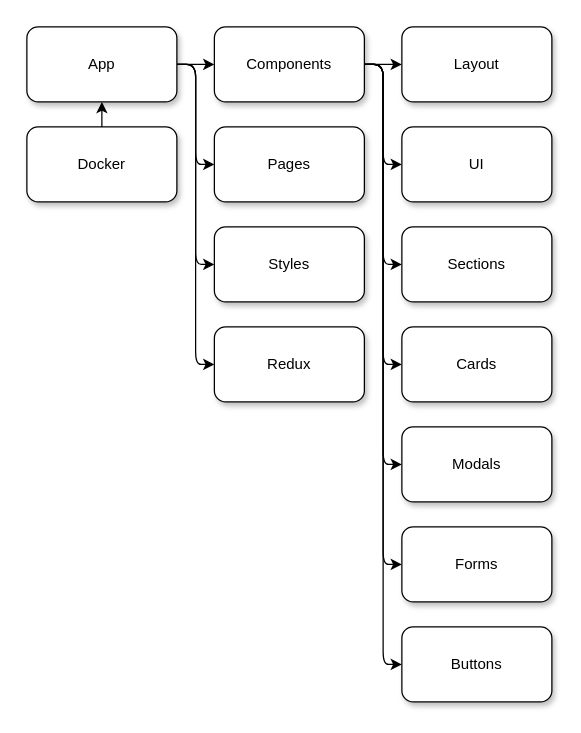
The draw.io diagram docs/FrontendStructure.drawio in andre-anan-gilbert/E-Commerce-Data-Management, before the edit. Source tidied: cells renumbered, new cells numbered last; positions are measured from the earlier drawing's top-left corner, leaving out a move shared by most shapes. Both pictures are drawn from the tidied source at 125%, with x=0, y=0 at pixel (26, 26).
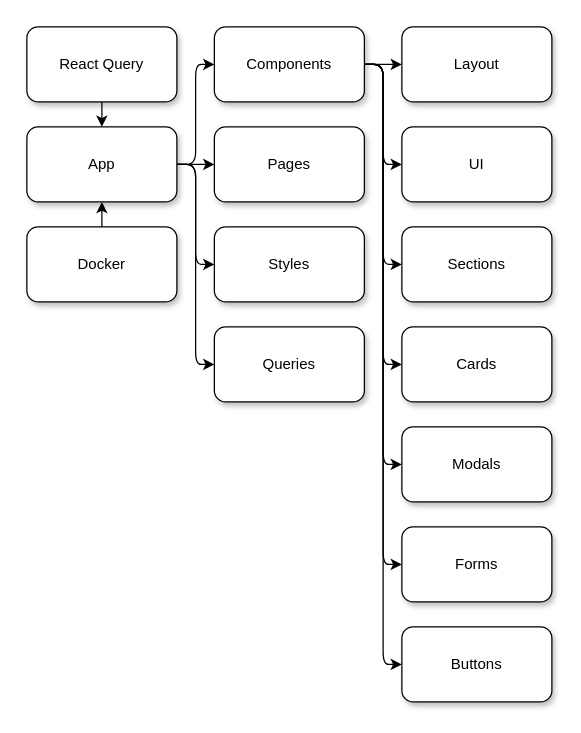
Above is the later version.

Commit message:
updated frontend structure

What changed in the source:
```diff
@@
-    <mxCell id="5" style="edgeStyle=orthogonalEdgeStyle;html=1;exitX=1;exitY=0.5;exitDx=0;exitDy=0;entryX=0;entryY=0.5;entryDx=0;entryDy=0;" parent="1" edge="1" source="6" target="19">
-      <mxGeometry relative="1" as="geometry" />
-    </mxCell>
+    <mxCell id="27" style="edgeStyle=orthogonalEdgeStyle;html=1;exitX=1;exitY=0.5;exitDx=0;exitDy=0;entryX=0;entryY=0.5;entryDx=0;entryDy=0;" parent="1" edge="1" source="6" target="29">
+      <mxGeometry relative="1" as="geometry" />
+    </mxCell>
     <mxCell id="6" value="App" style="whiteSpace=wrap;html=1;rounded=1;shadow=1;" parent="1" vertex="1">
-      <mxGeometry width="120" height="60" as="geometry" />
+      <mxGeometry y="80" width="120" height="60" as="geometry" />
     </mxCell>
@@
     <mxCell id="8" value="Docker" style="whiteSpace=wrap;html=1;rounded=1;shadow=1;" parent="1" vertex="1">
-      <mxGeometry y="80" width="120" height="60" as="geometry" />
+      <mxGeometry y="160" width="120" height="60" as="geometry" />
     </mxCell>
@@
+    <mxCell id="28" style="edgeStyle=none;html=1;exitX=0.5;exitY=1;exitDx=0;exitDy=0;entryX=0.5;entryY=0;entryDx=0;entryDy=0;" parent="1" edge="1" source="19" target="6">
+      <mxGeometry relative="1" as="geometry" />
+    </mxCell>
-    <mxCell id="19" value="Redux" style="whiteSpace=wrap;html=1;rounded=1;shadow=1;" parent="1" vertex="1">
-      <mxGeometry x="150" y="240" width="120" height="60" as="geometry" />
+    <mxCell id="19" value="React Query" style="whiteSpace=wrap;html=1;rounded=1;shadow=1;" parent="1" vertex="1">
+      <mxGeometry width="120" height="60" as="geometry" />
     </mxCell>
@@
+    <mxCell id="29" value="Queries" style="whiteSpace=wrap;html=1;rounded=1;shadow=1;" parent="1" vertex="1">
+      <mxGeometry x="150" y="240" width="120" height="60" as="geometry" />
+    </mxCell>
```
